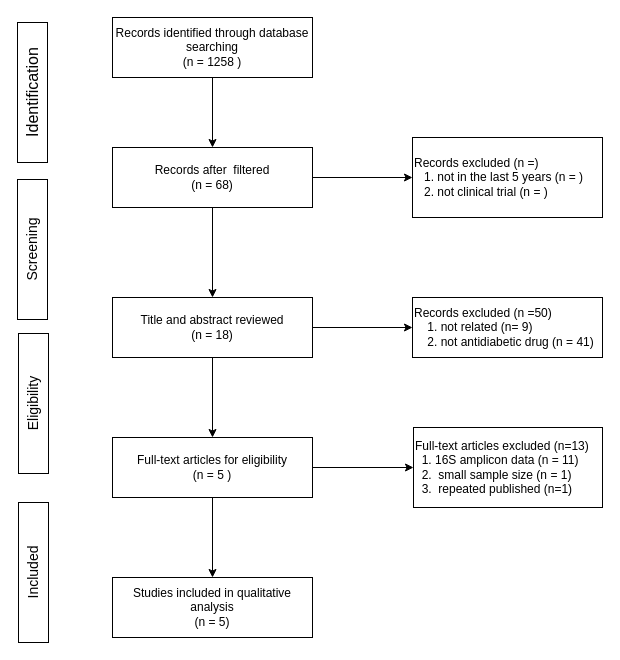
Before: revision/PRISMA.drawio in rusher321/OAD_Microbiota, a draw.io diagram. Source tidied: cells renumbered, new cells numbered last; positions are measured from the earlier drawing's top-left corner, leaving out a move shared by most shapes. Both pictures are drawn from the tidied source at 100%, with x=0, y=0 at pixel (-38, 17).
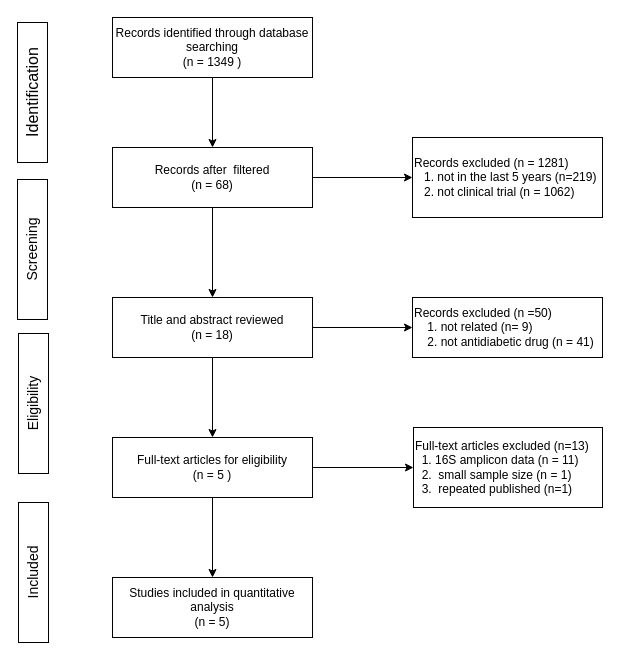
Above is the later version.

Diff of the diagram source:
```diff
@@
-<mxGraphModel>
+<mxGraphModel background="#FFFFFF">
@@
-    <mxCell id="3" value="Records identified through database searching&lt;br&gt;(n = 1258 )" style="rounded=0;whiteSpace=wrap;html=1;" parent="1" vertex="1">
+    <mxCell id="3" value="Records identified through database searching&lt;br&gt;(n = 1349 )" style="rounded=0;whiteSpace=wrap;html=1;" parent="1" vertex="1">
       <mxGeometry x="150" width="200" height="60" as="geometry" />
     </mxCell>
@@
-    <mxCell id="13" value="Studies included in qualitative analysis &lt;br&gt;(n = 5)" style="whiteSpace=wrap;html=1;rounded=0;" parent="1" vertex="1">
+    <mxCell id="13" value="Studies included in quantitative analysis &lt;br&gt;(n = 5)" style="whiteSpace=wrap;html=1;rounded=0;" parent="1" vertex="1">
       <mxGeometry x="150" y="560" width="200" height="60" as="geometry" />
     </mxCell>
@@
-    <mxCell id="20" value="Records excluded (n =)&lt;br&gt;&lt;span style=&quot;background-color: initial;&quot;&gt;&amp;nbsp; &amp;nbsp;1. not in the last 5 years (n = )&lt;br&gt;&lt;/span&gt;&lt;span style=&quot;background-color: initial;&quot;&gt;&amp;nbsp; &amp;nbsp;2. not clinical trial (n = )&lt;/span&gt;&lt;span style=&quot;background-color: initial;&quot;&gt;&lt;br&gt;&lt;/span&gt;" style="rounded=0;whiteSpace=wrap;html=1;align=left;" parent="1" vertex="1">
+    <mxCell id="20" value="Records excluded (n = 1281)&lt;br&gt;&lt;span style=&quot;background-color: initial;&quot;&gt;&amp;nbsp; &amp;nbsp;1. not in the last 5 years (n=219)&lt;br&gt;&lt;/span&gt;&lt;span style=&quot;background-color: initial;&quot;&gt;&amp;nbsp; &amp;nbsp;2. not clinical trial (n = 1062)&lt;/span&gt;&lt;span style=&quot;background-color: initial;&quot;&gt;&lt;br&gt;&lt;/span&gt;" style="rounded=0;whiteSpace=wrap;html=1;align=left;" parent="1" vertex="1">
       <mxGeometry x="450" y="120" width="190" height="80" as="geometry" />
     </mxCell>
```
